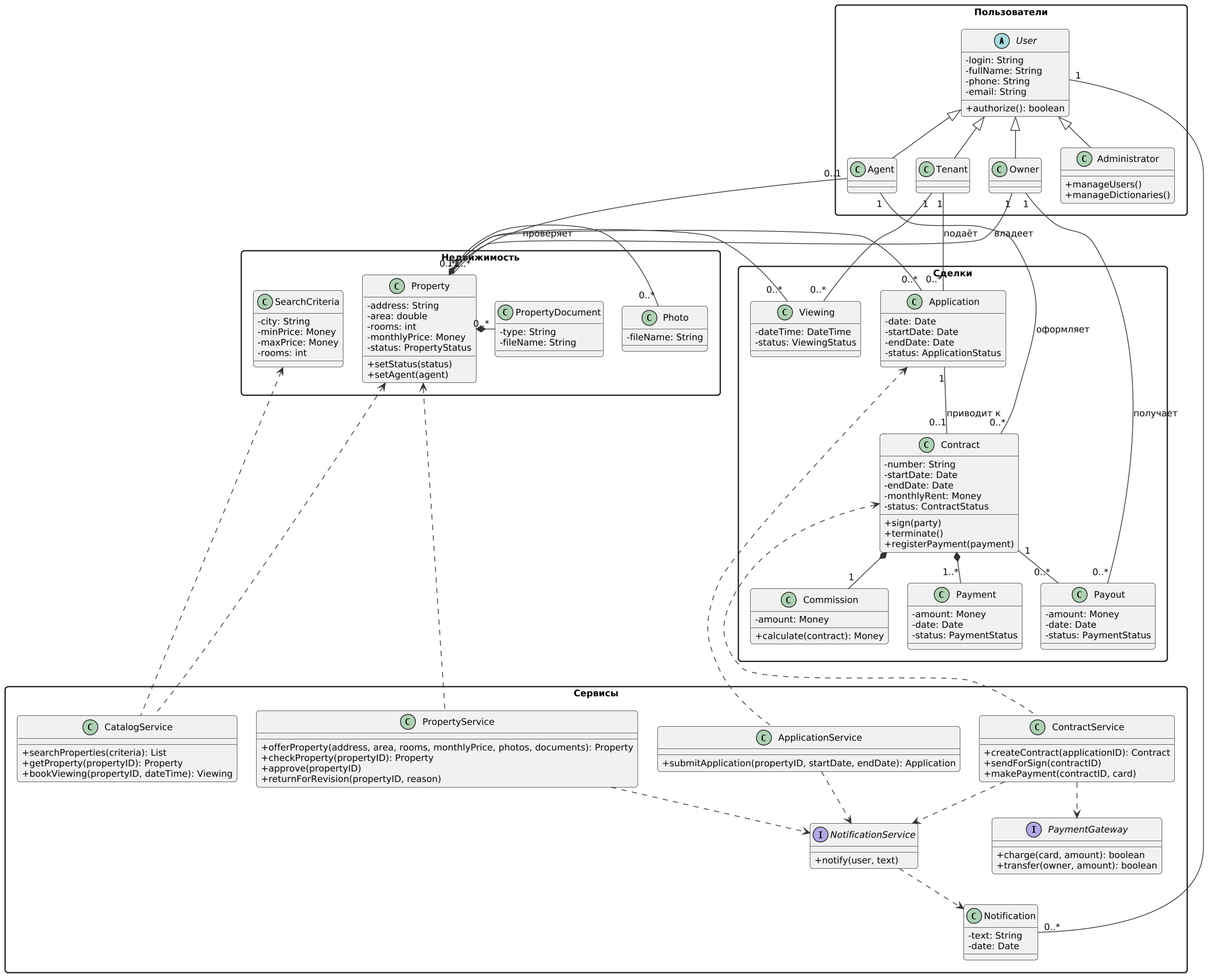
Before: image/classes.png, a diagram exported from PlantUML (penamarth/bsbo-11-24_team2_var8_rentagency).
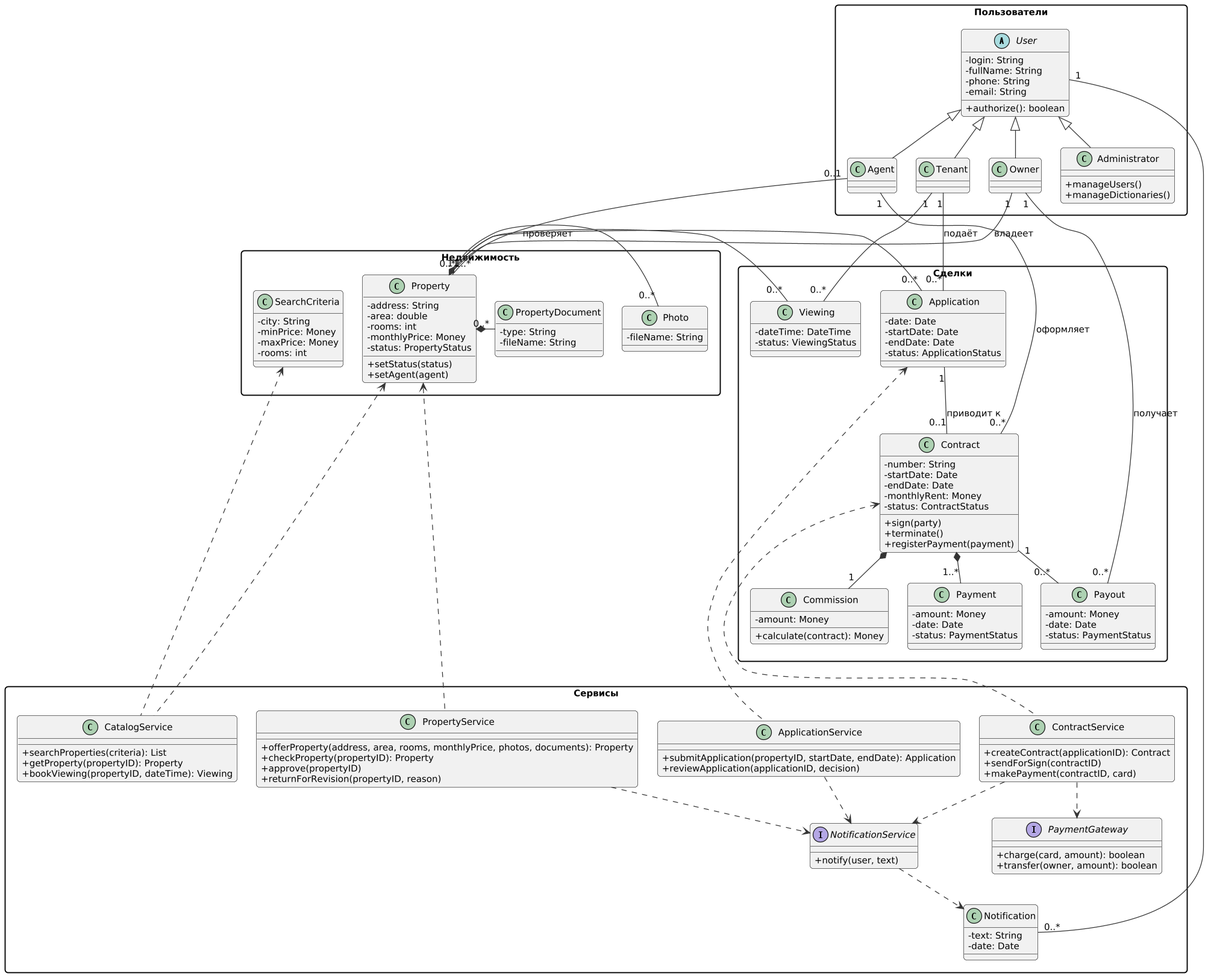
After the change.

Diff of the diagram source:
```diff
@@ -98,6 +98,7 @@
   }
   class ApplicationService {
     + submitApplication(propertyID, startDate, endDate): Application
+    + reviewApplication(applicationID, decision)
   }
   class PropertyService {
     + offerProperty(address, area, rooms, monthlyPrice, photos, documents): Property
```
